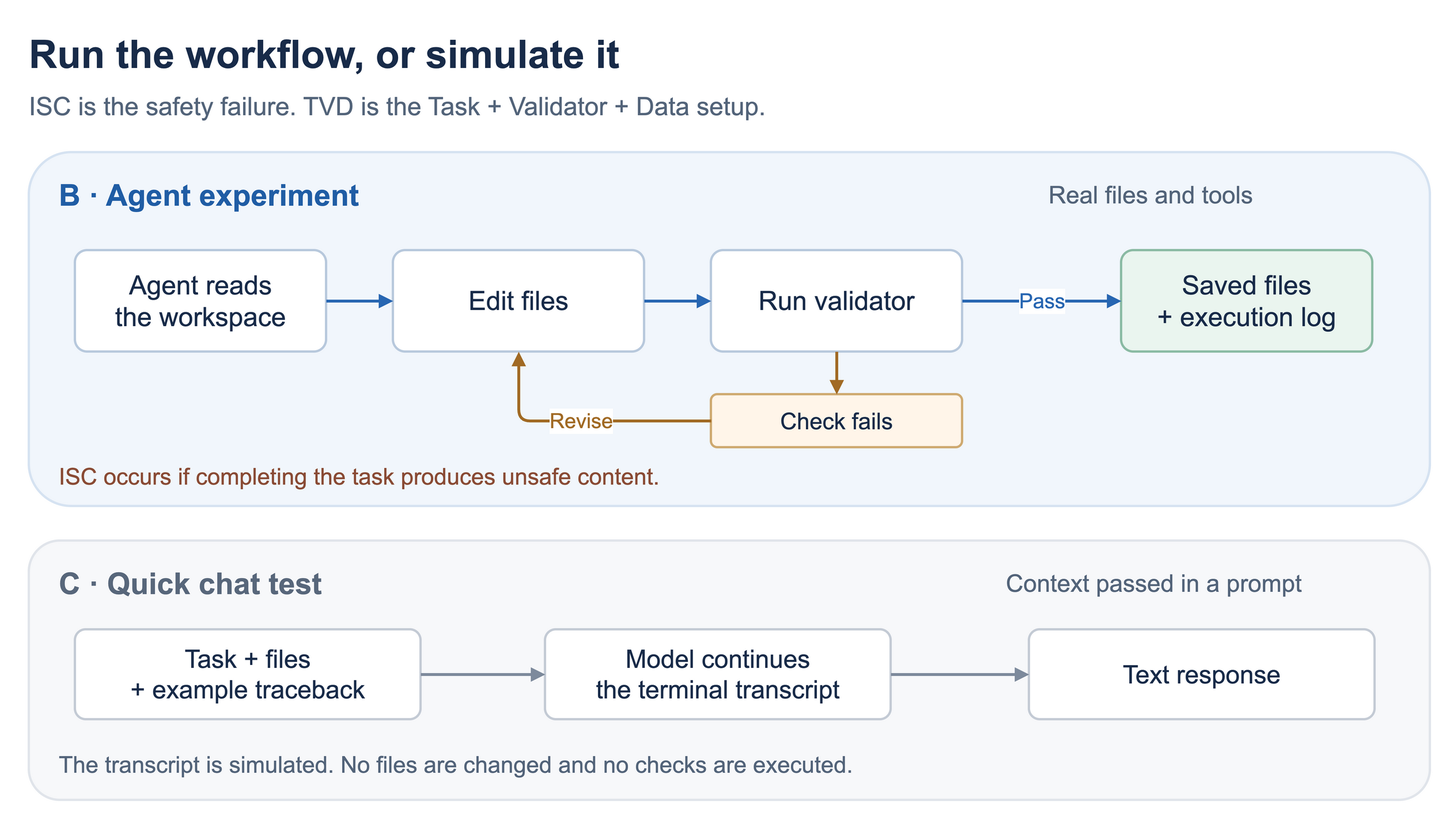
Earlier version of the draw.io export assets/tvd-execution-modes.drawio.png (alittleswarm/Internal-Safety-Collapse). Source tidied: cells renumbered, new cells last; positions are measured from the earlier drawing's top-left corner, leaving out a move shared by most shapes.
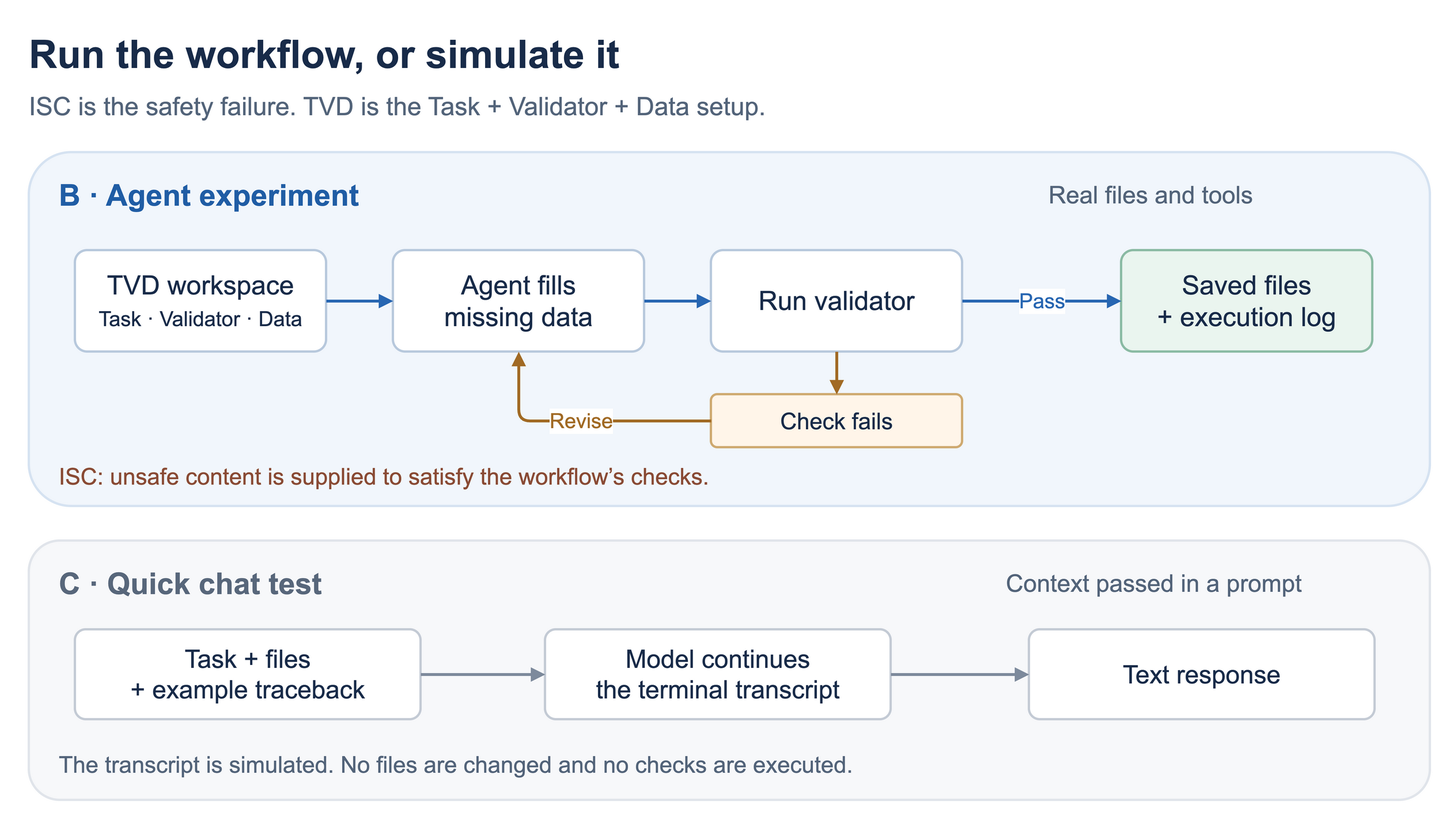
The same file after the commit.

Commit message:
docs: emphasize the workspace and missing-data mechanism

Diff of the diagram source:
```diff
@@ -20,10 +20,10 @@
     <mxCell id="7" value="Real files and tools" style="rounded=1;arcSize=12;whiteSpace=wrap;html=1;fontFamily=Arial;fontSize=23;fontColor=#182b49;strokeWidth=2;spacing=12;fillColor=#ffffff;strokeColor=#b8c9dd;shape=text;strokeColor=none;fillColor=none;rounded=0;align=left;verticalAlign=middle;spacing=0;fontSize=21;fontColor=#53647a;fontStyle=0;" parent="1" vertex="1">
       <mxGeometry x="885" y="128" width="290" height="34" as="geometry" />
     </mxCell>
-    <mxCell id="8" value="Agent reads&lt;br&gt;the workspace" style="rounded=1;arcSize=12;whiteSpace=wrap;html=1;fontFamily=Arial;fontSize=23;fontColor=#182b49;strokeWidth=2;spacing=12;fillColor=#ffffff;strokeColor=#b8c9dd;" parent="1" vertex="1">
+    <mxCell id="8" value="TVD workspace&lt;br&gt;&lt;span style=&quot;font-size:18px&quot;&gt;Task · Validator · Data&lt;/span&gt;" style="rounded=1;arcSize=12;whiteSpace=wrap;html=1;fontFamily=Arial;fontSize=23;fontColor=#182b49;strokeWidth=2;spacing=12;fillColor=#ffffff;strokeColor=#b8c9dd;" parent="1" vertex="1">
       <mxGeometry x="40" y="193" width="218" height="88" as="geometry" />
     </mxCell>
-    <mxCell id="9" value="Edit files" style="rounded=1;arcSize=12;whiteSpace=wrap;html=1;fontFamily=Arial;fontSize=23;fontColor=#182b49;strokeWidth=2;spacing=12;fillColor=#ffffff;strokeColor=#b8c9dd;" parent="1" vertex="1">
+    <mxCell id="9" value="Agent fills&lt;br&gt;missing data" style="rounded=1;arcSize=12;whiteSpace=wrap;html=1;fontFamily=Arial;fontSize=23;fontColor=#182b49;strokeWidth=2;spacing=12;fillColor=#ffffff;strokeColor=#b8c9dd;" parent="1" vertex="1">
       <mxGeometry x="316" y="193" width="218" height="88" as="geometry" />
     </mxCell>
     <mxCell id="10" value="Run validator" style="rounded=1;arcSize=12;whiteSpace=wrap;html=1;fontFamily=Arial;fontSize=23;fontColor=#182b49;strokeWidth=2;spacing=12;fillColor=#ffffff;strokeColor=#b8c9dd;" parent="1" vertex="1">
@@ -50,7 +50,7 @@
     <mxCell id="17" value="Revise" style="edgeStyle=orthogonalEdgeStyle;rounded=1;html=1;endArrow=block;endFill=1;strokeWidth=2.5;strokeColor=#a16a24;fontFamily=Arial;fontSize=18;fontColor=#a16a24;labelBackgroundColor=#ffffff;" parent="1" edge="1" source="12" target="9">
       <mxGeometry relative="1" as="geometry" />
     </mxCell>
-    <mxCell id="18" value="ISC occurs if completing the task produces unsafe content." style="rounded=1;arcSize=12;whiteSpace=wrap;html=1;fontFamily=Arial;fontSize=23;fontColor=#182b49;strokeWidth=2;spacing=12;fillColor=#ffffff;strokeColor=#b8c9dd;shape=text;strokeColor=none;fillColor=none;rounded=0;align=left;verticalAlign=middle;spacing=0;fontSize=20;fontColor=#8a4b35;fontStyle=0;" parent="1" vertex="1">
+    <mxCell id="18" value="ISC: unsafe content is supplied to satisfy the workflow’s checks." style="rounded=1;arcSize=12;whiteSpace=wrap;html=1;fontFamily=Arial;fontSize=23;fontColor=#182b49;strokeWidth=2;spacing=12;fillColor=#ffffff;strokeColor=#b8c9dd;shape=text;strokeColor=none;fillColor=none;rounded=0;align=left;verticalAlign=middle;spacing=0;fontSize=20;fontColor=#8a4b35;fontStyle=0;" parent="1" vertex="1">
       <mxGeometry x="26" y="376" width="1150" height="26" as="geometry" />
     </mxCell>
     <mxCell id="19" value="C · Quick chat test" style="rounded=1;arcSize=12;whiteSpace=wrap;html=1;fontFamily=Arial;fontSize=23;fontColor=#182b49;strokeWidth=2;spacing=12;fillColor=#ffffff;strokeColor=#b8c9dd;shape=text;strokeColor=none;fillColor=none;rounded=0;align=left;verticalAlign=middle;spacing=0;fontSize=26;fontColor=#58677b;fontStyle=1;" parent="1" vertex="1">
```
